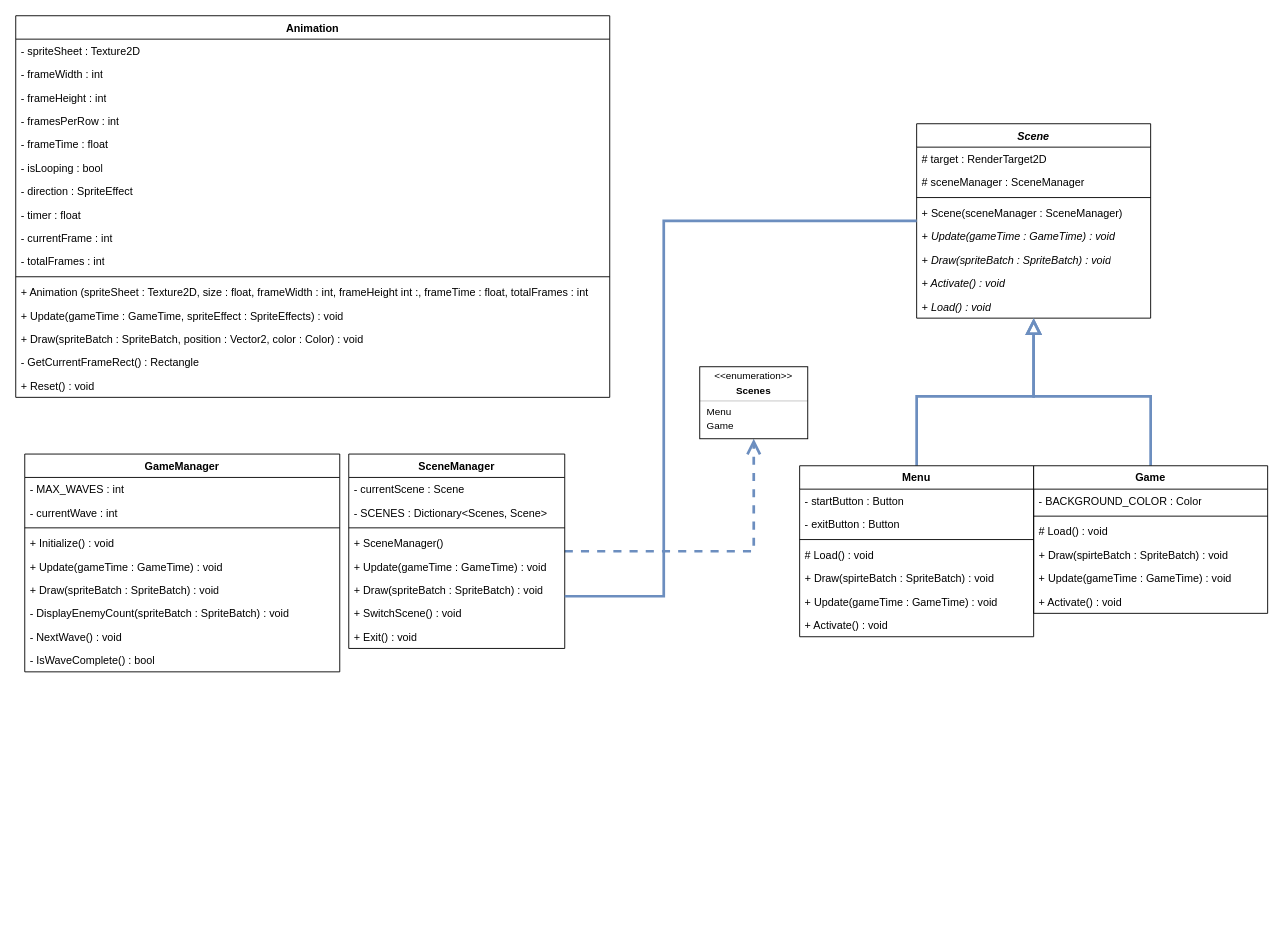
This is doc/BossRushDiagram.drawio from Cat-du-Fromage/BossRush, a draw.io file, before an edit. Source tidied: cells renumbered, new cells numbered last; positions are measured from the earlier drawing's top-left corner, leaving out a move shared by most shapes. Both pictures are drawn from the tidied source at 90%, with x=0, y=0 at pixel (15, 15).
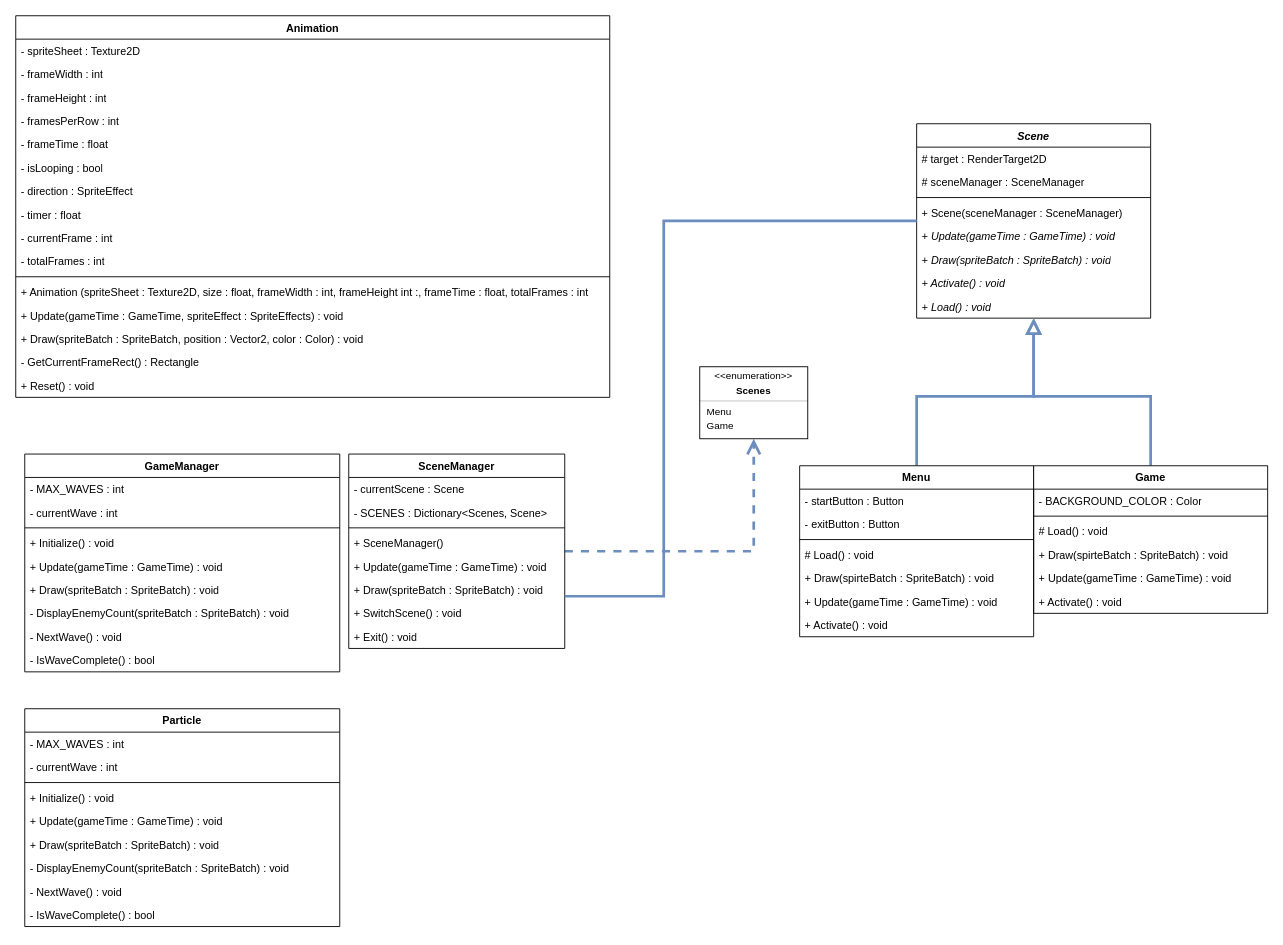
The same diagram, later.

Commit message (it also covers changes not shown here):
add comments and update UML

The edit, as a diff of the source:
```diff
@@
+    <mxCell id="73" value="Particle" style="swimlane;fontStyle=1;align=center;verticalAlign=top;horizontal=1;startSize=26;whiteSpace=wrap;html=1;" parent="1" vertex="1">
+      <mxGeometry x="10" y="770" width="350" height="242" as="geometry" />
+    </mxCell>
+    <mxCell id="74" value="- MAX_WAVES : int" style="text;strokeColor=none;fillColor=none;align=left;verticalAlign=top;spacingLeft=4;spacingRight=4;overflow=hidden;whiteSpace=wrap;html=1;" parent="73" vertex="1">
+      <mxGeometry y="26" width="350" height="26" as="geometry" />
+    </mxCell>
+    <mxCell id="75" value="- currentWave : int" style="text;strokeColor=none;fillColor=none;align=left;verticalAlign=top;spacingLeft=4;spacingRight=4;overflow=hidden;whiteSpace=wrap;html=1;" parent="73" vertex="1">
+      <mxGeometry y="52" width="350" height="26" as="geometry" />
+    </mxCell>
+    <mxCell id="76" style="line;strokeWidth=1;fillColor=none;align=left;verticalAlign=middle;spacingTop=-1;spacingLeft=3;spacingRight=3;labelPosition=right;strokeColor=inherit;" parent="73" vertex="1">
+      <mxGeometry y="78" width="350" height="8" as="geometry" />
+    </mxCell>
+    <mxCell id="77" value="+ Initialize() : void" style="text;strokeColor=none;fillColor=none;align=left;verticalAlign=top;spacingLeft=4;spacingRight=4;overflow=hidden;whiteSpace=wrap;html=1;" parent="73" vertex="1">
+      <mxGeometry y="86" width="350" height="26" as="geometry" />
+    </mxCell>
+    <mxCell id="78" value="+ Update(gameTime : GameTime) : void" style="text;strokeColor=none;fillColor=none;align=left;verticalAlign=top;spacingLeft=4;spacingRight=4;overflow=hidden;whiteSpace=wrap;html=1;" parent="73" vertex="1">
+      <mxGeometry y="112" width="350" height="26" as="geometry" />
+    </mxCell>
+    <mxCell id="79" value="+ Draw(spriteBatch : SpriteBatch) : void" style="text;strokeColor=none;fillColor=none;align=left;verticalAlign=top;spacingLeft=4;spacingRight=4;overflow=hidden;whiteSpace=wrap;html=1;" parent="73" vertex="1">
+      <mxGeometry y="138" width="350" height="26" as="geometry" />
+    </mxCell>
+    <mxCell id="80" value="- DisplayEnemyCount(spriteBatch : SpriteBatch) : void" style="text;strokeColor=none;fillColor=none;align=left;verticalAlign=top;spacingLeft=4;spacingRight=4;overflow=hidden;whiteSpace=wrap;html=1;" parent="73" vertex="1">
+      <mxGeometry y="164" width="350" height="26" as="geometry" />
+    </mxCell>
+    <mxCell id="81" value="- NextWave() : void&amp;nbsp;" style="text;strokeColor=none;fillColor=none;align=left;verticalAlign=top;spacingLeft=4;spacingRight=4;overflow=hidden;whiteSpace=wrap;html=1;" parent="73" vertex="1">
+      <mxGeometry y="190" width="350" height="26" as="geometry" />
+    </mxCell>
+    <mxCell id="82" value="- IsWaveComplete() : bool" style="text;strokeColor=none;fillColor=none;align=left;verticalAlign=top;spacingLeft=4;spacingRight=4;overflow=hidden;whiteSpace=wrap;html=1;" parent="73" vertex="1">
+      <mxGeometry y="216" width="350" height="26" as="geometry" />
+    </mxCell>
```
